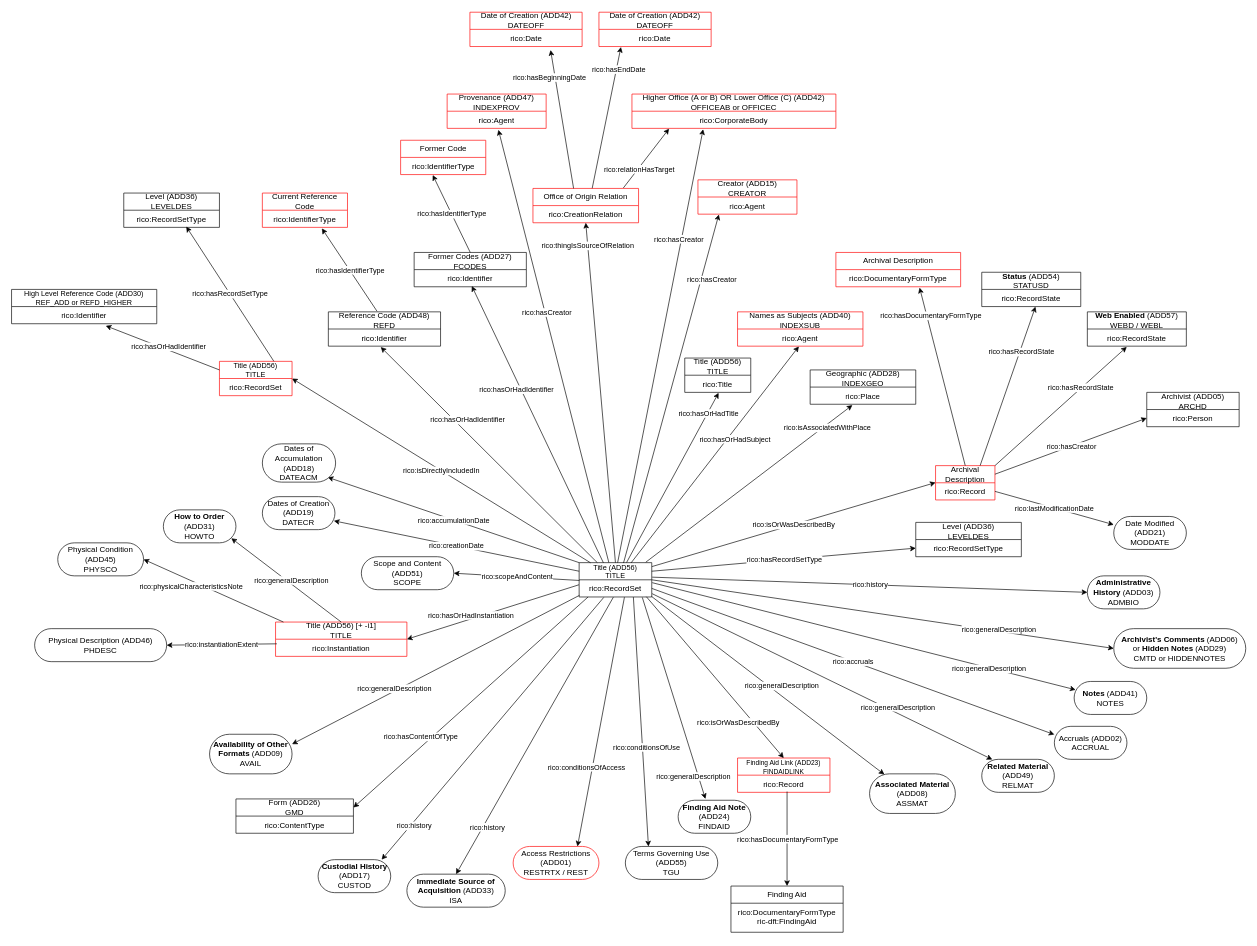
gbad-project/records_in_contexts_draw_io_parser keeps this draw.io diagram as gbad/schema/description-listings/General ADD (Descriptions and Listings) to RiC-O Model (v1.1 - 9 July 2024).drawio. Above is the earlier version. Source tidied: cells renumbered, new cells numbered last; positions are measured from the earlier drawing's top-left corner, leaving out a move shared by most shapes. Both pictures are drawn from the tidied source at 66%, with x=0, y=0 at pixel (11, 12).
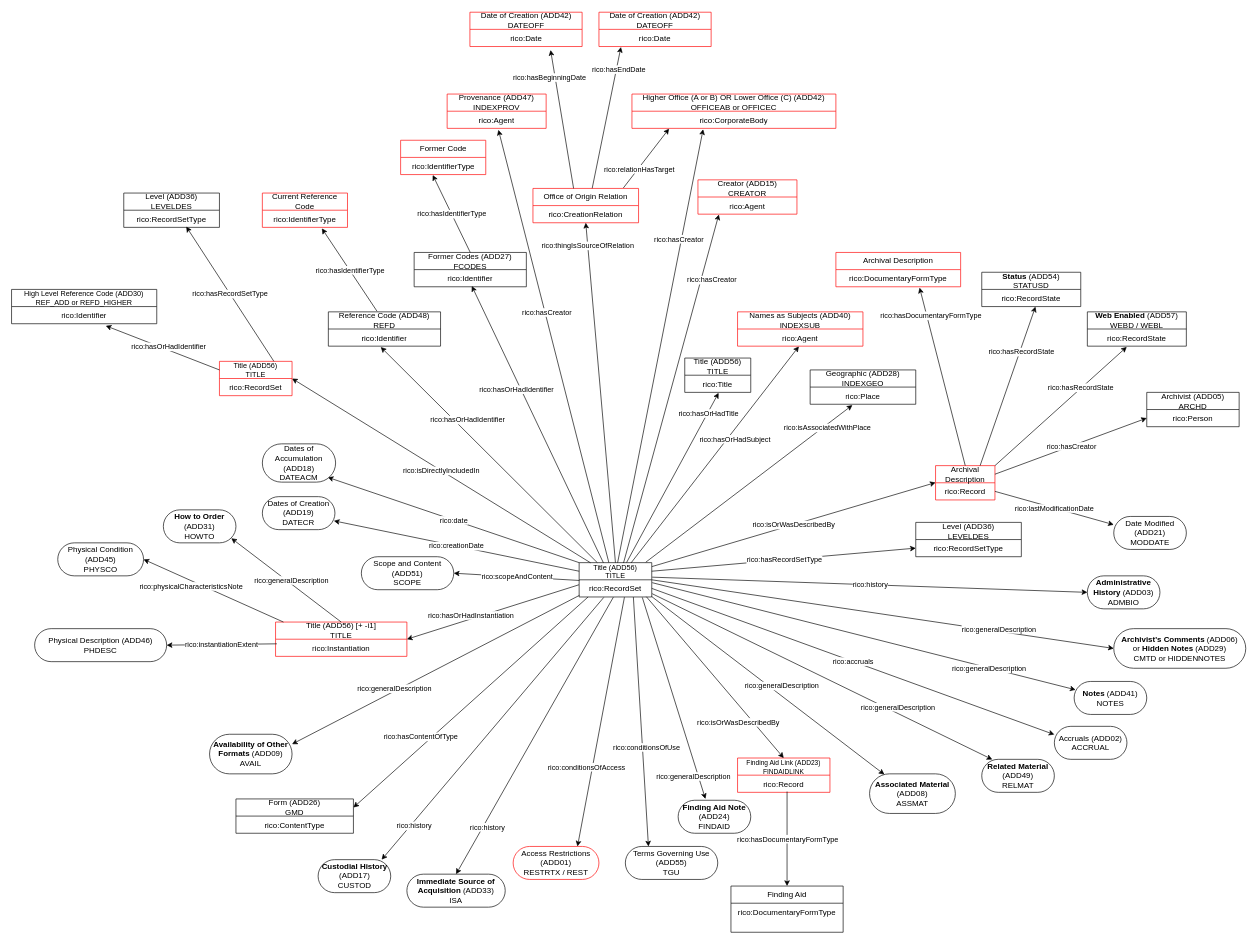
Above is the later version.

Commit message (it also covers changes not shown here):
Regen graphs for general models v1.1; ADD with removed ric-dft and accumulationDate

Unchanged cells that the change refers to:
```xml
<mxCell id="35" value="Finding Aid" style="swimlane;fontStyle=0;horizontal=1;startSize=26;fillColor=none;whiteSpace=wrap;html=1;" parent="1" vertex="1">
  <mxGeometry x="1090" y="1324" width="170" height="70" as="geometry" />
</mxCell>
<mxCell id="144" style="endArrow=classic;html=1;rounded=0;exitX=0;exitY=0;exitDx=0;exitDy=0;entryX=0.893;entryY=0.874;entryDx=0;entryDy=0;entryPerimeter=0;" parent="1" edge="1" source="2" target="146">
  <mxGeometry relative="1" as="geometry" />
</mxCell>
```

What changed in the source:
```diff
@@
-    <mxCell id="36" value="rico:DocumentaryFormType&lt;div&gt;ric-dft:FindingAid&lt;br&gt;&lt;div&gt;&lt;br&gt;&lt;/div&gt;&lt;/div&gt;" style="text;strokeColor=none;fillColor=none;align=center;verticalAlign=top;spacingLeft=4;spacingRight=4;overflow=hidden;whiteSpace=wrap;html=1;" parent="35" vertex="1">
+    <mxCell id="36" value="rico:DocumentaryFormType" style="text;strokeColor=none;fillColor=none;align=center;verticalAlign=top;spacingLeft=4;spacingRight=4;overflow=hidden;whiteSpace=wrap;html=1;" parent="35" vertex="1">
       <mxGeometry y="26" width="170" height="44" as="geometry" />
     </mxCell>
@@
-    <mxCell id="145" value="rico:accumulationDate" style="edgeLabel;html=1;align=center;verticalAlign=middle;" parent="144" vertex="1">
+    <mxCell id="145" value="rico:date" style="edgeLabel;html=1;align=center;verticalAlign=middle;" parent="144" vertex="1">
       <mxGeometry relative="1" as="geometry" />
     </mxCell>
```
